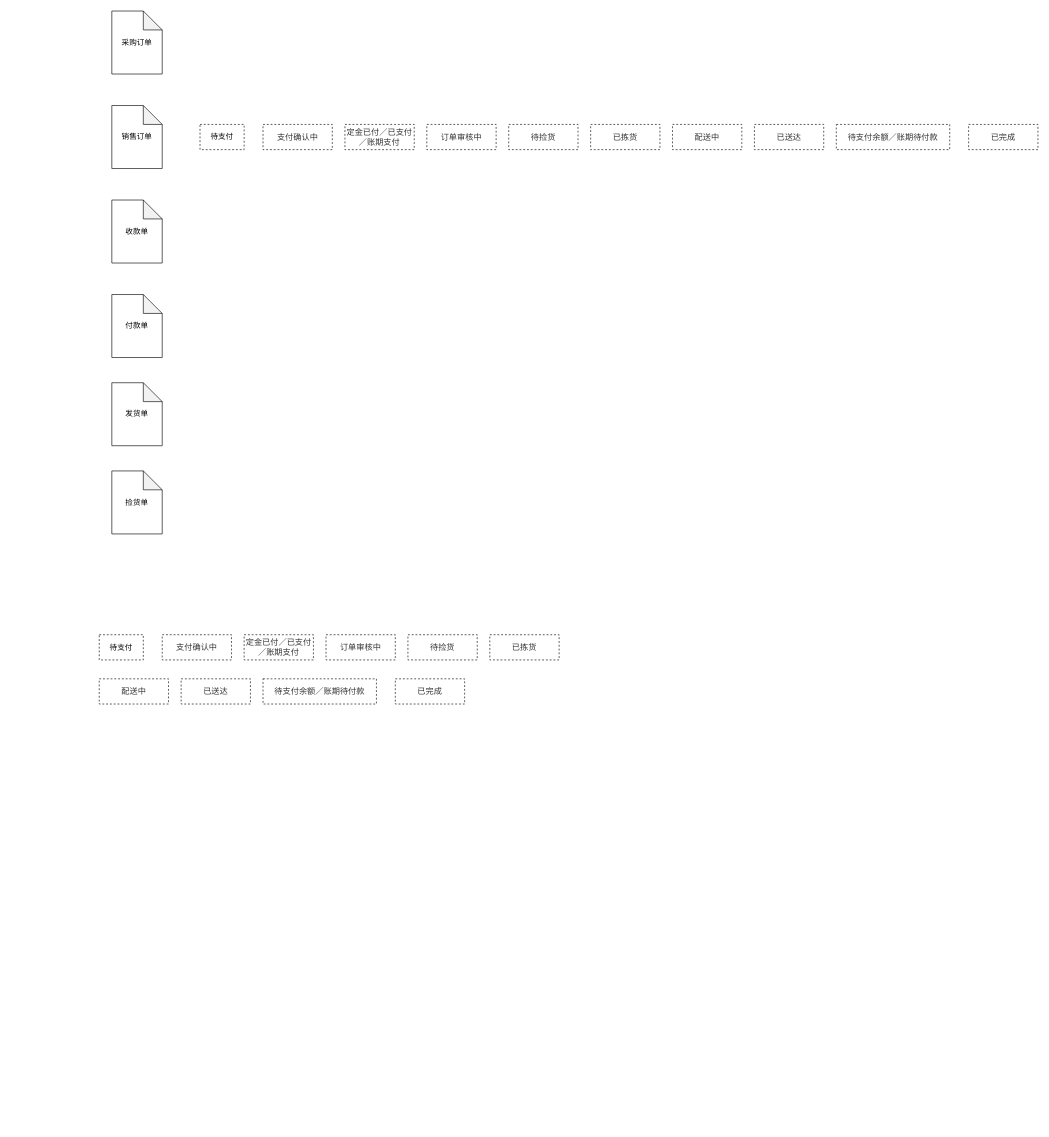
This is page "第 3 页" (3 of 3) of 技术架构.drawio from jason-live/flow, a draw.io file, before an edit. Source tidied: cells renumbered, new cells numbered last; positions are measured from the earlier drawing's top-left corner, leaving out a move shared by most shapes. Both pictures are drawn from the tidied source at 63%, with x=0, y=0 at pixel (99, 11).
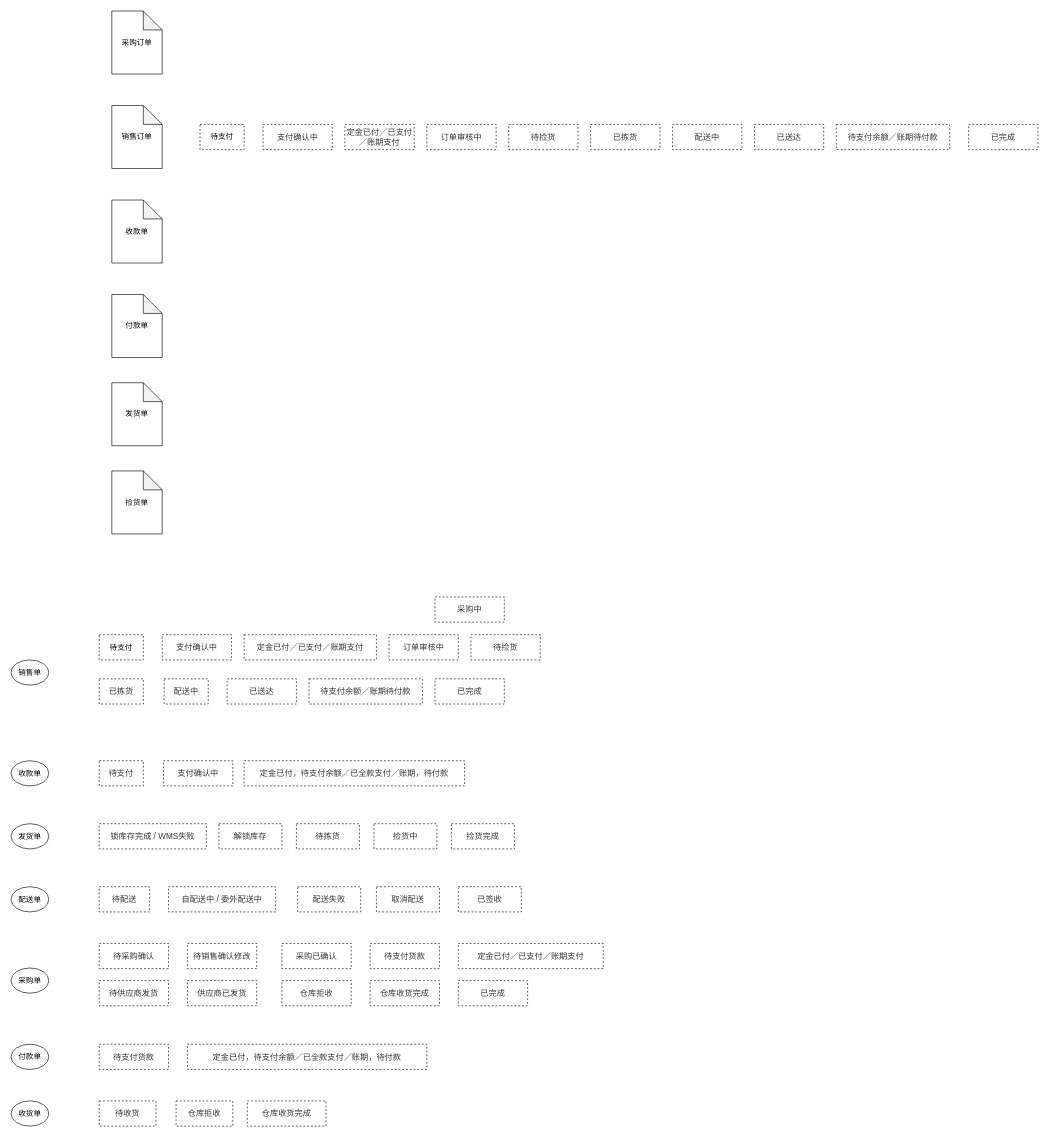
The same page after the edit.

Commit message:
更新技术架构.drawio

The edit, as a diff of the source:
```diff
@@
     <mxCell id="20" value="&lt;span style=&quot;color: rgb(51 , 51 , 51) ; font-family: , &amp;#34;pingfang sc&amp;#34; ; font-size: 13px&quot;&gt;定金已付／已支付／账期支付&lt;/span&gt;" style="rounded=0;whiteSpace=wrap;html=1;shadow=0;strokeWidth=1;fillColor=none;dashed=1;flipV=0;" parent="1" vertex="1">
-      <mxGeometry x="230" y="990" width="110" height="40" as="geometry" />
+      <mxGeometry x="230" y="990" width="210" height="40" as="geometry" />
     </mxCell>
     <mxCell id="21" value="&lt;span style=&quot;color: rgb(51 , 51 , 51) ; font-family: , &amp;#34;pingfang sc&amp;#34; ; font-size: 13px ; white-space: normal&quot;&gt;订单审核中&lt;/span&gt;" style="rounded=0;whiteSpace=wrap;html=1;shadow=0;strokeWidth=1;fillColor=none;dashed=1;flipV=0;" parent="1" vertex="1">
-      <mxGeometry x="360" y="990" width="110" height="40" as="geometry" />
+      <mxGeometry x="460" y="990" width="110" height="40" as="geometry" />
     </mxCell>
     <mxCell id="22" value="&lt;font color=&quot;#333333&quot;&gt;&lt;span style=&quot;font-size: 13px&quot;&gt;待捡货&lt;/span&gt;&lt;/font&gt;" style="rounded=0;whiteSpace=wrap;html=1;shadow=0;strokeWidth=1;fillColor=none;dashed=1;flipV=0;" parent="1" vertex="1">
-      <mxGeometry x="490" y="990" width="110" height="40" as="geometry" />
+      <mxGeometry x="590" y="990" width="110" height="40" as="geometry" />
     </mxCell>
     <mxCell id="23" value="&lt;span style=&quot;color: rgb(51 , 51 , 51) ; font-family: , &amp;#34;pingfang sc&amp;#34; ; font-size: 13px&quot;&gt;已拣货&lt;/span&gt;" style="rounded=0;whiteSpace=wrap;html=1;shadow=0;strokeWidth=1;fillColor=none;dashed=1;flipV=0;" parent="1" vertex="1">
-      <mxGeometry x="620" y="990" width="110" height="40" as="geometry" />
+      <mxGeometry y="1060" width="70" height="40" as="geometry" />
     </mxCell>
     <mxCell id="24" value="&lt;span style=&quot;color: rgb(51 , 51 , 51) ; font-family: , &amp;#34;pingfang sc&amp;#34; ; font-size: 13px&quot;&gt;配送中&lt;/span&gt;" style="rounded=0;whiteSpace=wrap;html=1;shadow=0;strokeWidth=1;fillColor=none;dashed=1;flipV=0;" parent="1" vertex="1">
-      <mxGeometry y="1060" width="110" height="40" as="geometry" />
+      <mxGeometry x="103" y="1060" width="70" height="40" as="geometry" />
     </mxCell>
     <mxCell id="25" value="&lt;span style=&quot;color: rgb(51 , 51 , 51) ; font-family: , &amp;#34;pingfang sc&amp;#34; ; font-size: 13px&quot;&gt;已送达&lt;/span&gt;" style="rounded=0;whiteSpace=wrap;html=1;shadow=0;strokeWidth=1;fillColor=none;dashed=1;flipV=0;" parent="1" vertex="1">
-      <mxGeometry x="130" y="1060" width="110" height="40" as="geometry" />
+      <mxGeometry x="203" y="1060" width="110" height="40" as="geometry" />
     </mxCell>
     <mxCell id="26" value="&lt;span style=&quot;color: rgb(51 , 51 , 51) ; font-family: , &amp;#34;pingfang sc&amp;#34; ; font-size: 13px&quot;&gt;待支付余额／账期待付款&lt;/span&gt;" style="rounded=0;whiteSpace=wrap;html=1;shadow=0;strokeWidth=1;fillColor=none;dashed=1;flipV=0;" parent="1" vertex="1">
-      <mxGeometry x="260" y="1060" width="180" height="40" as="geometry" />
+      <mxGeometry x="333" y="1060" width="180" height="40" as="geometry" />
     </mxCell>
     <mxCell id="27" value="&lt;span style=&quot;color: rgb(51 , 51 , 51) ; font-family: , &amp;#34;pingfang sc&amp;#34; ; font-size: 13px&quot;&gt;已完成&lt;/span&gt;" style="rounded=0;whiteSpace=wrap;html=1;shadow=0;strokeWidth=1;fillColor=none;dashed=1;flipV=0;" parent="1" vertex="1">
-      <mxGeometry x="470" y="1060" width="110" height="40" as="geometry" />
+      <mxGeometry x="533" y="1060" width="110" height="40" as="geometry" />
     </mxCell>
+    <mxCell id="28" value="&lt;font color=&quot;#333333&quot;&gt;&lt;span style=&quot;font-size: 13px&quot;&gt;采购中&lt;/span&gt;&lt;/font&gt;" style="rounded=0;whiteSpace=wrap;html=1;shadow=0;strokeWidth=1;fillColor=none;dashed=1;flipV=0;" parent="1" vertex="1">
+      <mxGeometry x="533" y="930" width="110" height="40" as="geometry" />
+    </mxCell>
+    <mxCell id="29" value="&lt;span style=&quot;color: rgb(51 , 51 , 51) ; font-family: , &amp;#34;pingfang sc&amp;#34; ; font-size: 13px&quot;&gt;待支付&lt;/span&gt;" style="rounded=0;whiteSpace=wrap;html=1;shadow=0;strokeWidth=1;fillColor=none;dashed=1;flipV=0;" parent="1" vertex="1">
+      <mxGeometry y="1190" width="70" height="40" as="geometry" />
+    </mxCell>
+    <mxCell id="30" value="&lt;span style=&quot;color: rgb(51 , 51 , 51) ; font-family: , &amp;#34;pingfang sc&amp;#34; ; font-size: 13px&quot;&gt;支付确认中&lt;/span&gt;" style="rounded=0;whiteSpace=wrap;html=1;shadow=0;strokeWidth=1;fillColor=none;dashed=1;flipV=0;" parent="1" vertex="1">
+      <mxGeometry x="102" y="1190" width="110" height="40" as="geometry" />
+    </mxCell>
+    <mxCell id="31" value="&lt;span style=&quot;color: rgb(51 , 51 , 51) ; font-family: , &amp;#34;pingfang sc&amp;#34; ; font-size: 13px&quot;&gt;定金已付，待支付余额／已全款支付／账期，待付款&lt;/span&gt;" style="rounded=0;whiteSpace=wrap;html=1;shadow=0;strokeWidth=1;fillColor=none;dashed=1;flipV=0;" parent="1" vertex="1">
+      <mxGeometry x="230" y="1190" width="350" height="40" as="geometry" />
+    </mxCell>
+    <mxCell id="32" value="&lt;p style=&quot;margin: 0px ; color: rgb(51 , 51 , 51) ; font-family: , &amp;#34;pingfang sc&amp;#34; ; font-size: 13px&quot;&gt;锁库存完成 /&amp;nbsp;&lt;span&gt;WMS失败&lt;/span&gt;&lt;/p&gt;" style="rounded=0;whiteSpace=wrap;html=1;shadow=0;strokeWidth=1;fillColor=none;dashed=1;flipV=0;" parent="1" vertex="1">
+      <mxGeometry y="1290" width="170" height="40" as="geometry" />
+    </mxCell>
+    <mxCell id="33" value="&lt;p style=&quot;margin: 0px ; color: rgb(51 , 51 , 51) ; font-family: , &amp;#34;pingfang sc&amp;#34; ; font-size: 13px&quot;&gt;&lt;span style=&quot;font-family: , &amp;#34;pingfang sc&amp;#34;&quot;&gt;解锁库存&lt;/span&gt;&lt;br&gt;&lt;/p&gt;" style="rounded=0;whiteSpace=wrap;html=1;shadow=0;strokeWidth=1;fillColor=none;dashed=1;flipV=0;" parent="1" vertex="1">
+      <mxGeometry x="190" y="1290" width="100" height="40" as="geometry" />
+    </mxCell>
+    <mxCell id="34" value="&lt;p style=&quot;margin: 0px ; color: rgb(51 , 51 , 51) ; font-family: , &amp;#34;pingfang sc&amp;#34; ; font-size: 13px&quot;&gt;&lt;span style=&quot;font-family: , &amp;#34;pingfang sc&amp;#34;&quot;&gt;待拣货&lt;/span&gt;&lt;br&gt;&lt;/p&gt;" style="rounded=0;whiteSpace=wrap;html=1;shadow=0;strokeWidth=1;fillColor=none;dashed=1;flipV=0;" parent="1" vertex="1">
+      <mxGeometry x="313" y="1290" width="100" height="40" as="geometry" />
+    </mxCell>
+    <mxCell id="35" value="&lt;p style=&quot;margin: 0px ; color: rgb(51 , 51 , 51) ; font-family: , &amp;#34;pingfang sc&amp;#34; ; font-size: 13px&quot;&gt;捡货中&lt;/p&gt;" style="rounded=0;whiteSpace=wrap;html=1;shadow=0;strokeWidth=1;fillColor=none;dashed=1;flipV=0;" parent="1" vertex="1">
+      <mxGeometry x="436" y="1290" width="100" height="40" as="geometry" />
+    </mxCell>
+    <mxCell id="36" value="&lt;p style=&quot;margin: 0px ; color: rgb(51 , 51 , 51) ; font-family: , &amp;#34;pingfang sc&amp;#34; ; font-size: 13px&quot;&gt;捡货完成&lt;/p&gt;" style="rounded=0;whiteSpace=wrap;html=1;shadow=0;strokeWidth=1;fillColor=none;dashed=1;flipV=0;" parent="1" vertex="1">
+      <mxGeometry x="559" y="1290" width="100" height="40" as="geometry" />
+    </mxCell>
+    <mxCell id="37" value="&lt;p style=&quot;margin: 0px ; color: rgb(51 , 51 , 51) ; font-family: , &amp;#34;pingfang sc&amp;#34; ; font-size: 13px&quot;&gt;&lt;span style=&quot;font-family: , &amp;#34;pingfang sc&amp;#34;&quot;&gt;待配送&lt;/span&gt;&lt;br&gt;&lt;/p&gt;" style="rounded=0;whiteSpace=wrap;html=1;shadow=0;strokeWidth=1;fillColor=none;dashed=1;flipV=0;" parent="1" vertex="1">
+      <mxGeometry y="1390" width="80" height="40" as="geometry" />
+    </mxCell>
+    <mxCell id="38" value="&lt;p style=&quot;margin: 0px ; color: rgb(51 , 51 , 51) ; font-family: , &amp;#34;pingfang sc&amp;#34; ; font-size: 13px&quot;&gt;&lt;span style=&quot;font-family: , &amp;#34;pingfang sc&amp;#34;&quot;&gt;自配送中 / 委外配送中&lt;/span&gt;&lt;br&gt;&lt;/p&gt;" style="rounded=0;whiteSpace=wrap;html=1;shadow=0;strokeWidth=1;fillColor=none;dashed=1;flipV=0;" parent="1" vertex="1">
+      <mxGeometry x="110" y="1390" width="170" height="40" as="geometry" />
+    </mxCell>
+    <mxCell id="39" value="&lt;p style=&quot;margin: 0px ; color: rgb(51 , 51 , 51) ; font-family: , &amp;#34;pingfang sc&amp;#34; ; font-size: 13px&quot;&gt;&lt;span style=&quot;font-family: , &amp;#34;pingfang sc&amp;#34;&quot;&gt;配送失败&lt;/span&gt;&lt;br&gt;&lt;/p&gt;" style="rounded=0;whiteSpace=wrap;html=1;shadow=0;strokeWidth=1;fillColor=none;dashed=1;flipV=0;" parent="1" vertex="1">
+      <mxGeometry x="315" y="1390" width="100" height="40" as="geometry" />
+    </mxCell>
+    <mxCell id="40" value="&lt;p style=&quot;margin: 0px ; color: rgb(51 , 51 , 51) ; font-family: , &amp;#34;pingfang sc&amp;#34; ; font-size: 13px&quot;&gt;取消配送&lt;/p&gt;" style="rounded=0;whiteSpace=wrap;html=1;shadow=0;strokeWidth=1;fillColor=none;dashed=1;flipV=0;" parent="1" vertex="1">
+      <mxGeometry x="440" y="1390" width="100" height="40" as="geometry" />
+    </mxCell>
+    <mxCell id="41" value="&lt;p style=&quot;margin: 0px ; color: rgb(51 , 51 , 51) ; font-family: , &amp;#34;pingfang sc&amp;#34; ; font-size: 13px&quot;&gt;已签收&lt;/p&gt;" style="rounded=0;whiteSpace=wrap;html=1;shadow=0;strokeWidth=1;fillColor=none;dashed=1;flipV=0;" parent="1" vertex="1">
+      <mxGeometry x="570" y="1390" width="100" height="40" as="geometry" />
+    </mxCell>
+    <mxCell id="42" value="&lt;p style=&quot;margin: 0px ; color: rgb(51 , 51 , 51) ; font-family: , &amp;#34;pingfang sc&amp;#34; ; font-size: 13px&quot;&gt;&lt;span style=&quot;font-family: , &amp;#34;pingfang sc&amp;#34;&quot;&gt;待采购确认&lt;/span&gt;&lt;br&gt;&lt;/p&gt;" style="rounded=0;whiteSpace=wrap;html=1;shadow=0;strokeWidth=1;fillColor=none;dashed=1;flipV=0;" parent="1" vertex="1">
+      <mxGeometry y="1480" width="110" height="40" as="geometry" />
+    </mxCell>
+    <mxCell id="43" value="&lt;p style=&quot;margin: 0px ; color: rgb(51 , 51 , 51) ; font-family: , &amp;#34;pingfang sc&amp;#34; ; font-size: 13px&quot;&gt;&lt;span style=&quot;font-family: , &amp;#34;pingfang sc&amp;#34;&quot;&gt;待销售确认修改&lt;/span&gt;&lt;br&gt;&lt;/p&gt;" style="rounded=0;whiteSpace=wrap;html=1;shadow=0;strokeWidth=1;fillColor=none;dashed=1;flipV=0;" parent="1" vertex="1">
+      <mxGeometry x="140" y="1480" width="110" height="40" as="geometry" />
+    </mxCell>
+    <mxCell id="44" value="&lt;p style=&quot;margin: 0px ; color: rgb(51 , 51 , 51) ; font-family: , &amp;#34;pingfang sc&amp;#34; ; font-size: 13px&quot;&gt;&lt;span style=&quot;font-family: , &amp;#34;pingfang sc&amp;#34;&quot;&gt;采购已确认&lt;/span&gt;&lt;br&gt;&lt;/p&gt;" style="rounded=0;whiteSpace=wrap;html=1;shadow=0;strokeWidth=1;fillColor=none;dashed=1;flipV=0;" parent="1" vertex="1">
+      <mxGeometry x="290" y="1480" width="110" height="40" as="geometry" />
+    </mxCell>
+    <mxCell id="45" value="&lt;p style=&quot;margin: 0px ; color: rgb(51 , 51 , 51) ; font-family: , &amp;#34;pingfang sc&amp;#34; ; font-size: 13px&quot;&gt;&lt;span style=&quot;font-family: , &amp;#34;pingfang sc&amp;#34;&quot;&gt;待支付货款&lt;/span&gt;&lt;br&gt;&lt;/p&gt;" style="rounded=0;whiteSpace=wrap;html=1;shadow=0;strokeWidth=1;fillColor=none;dashed=1;flipV=0;" parent="1" vertex="1">
+      <mxGeometry x="430" y="1480" width="110" height="40" as="geometry" />
+    </mxCell>
+    <mxCell id="46" value="&lt;p style=&quot;margin: 0px ; color: rgb(51 , 51 , 51) ; font-family: , &amp;#34;pingfang sc&amp;#34; ; font-size: 13px&quot;&gt;&lt;span style=&quot;font-family: , &amp;#34;pingfang sc&amp;#34;&quot;&gt;定金已付／已支付／账期支付&lt;/span&gt;&lt;br&gt;&lt;/p&gt;" style="rounded=0;whiteSpace=wrap;html=1;shadow=0;strokeWidth=1;fillColor=none;dashed=1;flipV=0;" parent="1" vertex="1">
+      <mxGeometry x="570" y="1480" width="230" height="40" as="geometry" />
+    </mxCell>
+    <mxCell id="47" value="&lt;p style=&quot;margin: 0px ; color: rgb(51 , 51 , 51) ; font-family: , &amp;#34;pingfang sc&amp;#34; ; font-size: 13px&quot;&gt;&lt;span style=&quot;font-family: , &amp;#34;pingfang sc&amp;#34;&quot;&gt;待供应商发货&lt;/span&gt;&lt;br&gt;&lt;/p&gt;" style="rounded=0;whiteSpace=wrap;html=1;shadow=0;strokeWidth=1;fillColor=none;dashed=1;flipV=0;" parent="1" vertex="1">
+      <mxGeometry y="1539" width="110" height="40" as="geometry" />
+    </mxCell>
+    <mxCell id="48" value="&lt;p style=&quot;margin: 0px ; color: rgb(51 , 51 , 51) ; font-family: , &amp;#34;pingfang sc&amp;#34; ; font-size: 13px&quot;&gt;&lt;span style=&quot;font-family: , &amp;#34;pingfang sc&amp;#34;&quot;&gt;供应商已发货&lt;/span&gt;&lt;br&gt;&lt;/p&gt;" style="rounded=0;whiteSpace=wrap;html=1;shadow=0;strokeWidth=1;fillColor=none;dashed=1;flipV=0;" parent="1" vertex="1">
+      <mxGeometry x="140" y="1539" width="110" height="40" as="geometry" />
+    </mxCell>
+    <mxCell id="49" value="&lt;p style=&quot;margin: 0px ; color: rgb(51 , 51 , 51) ; font-family: , &amp;#34;pingfang sc&amp;#34; ; font-size: 13px&quot;&gt;&lt;span style=&quot;font-family: , &amp;#34;pingfang sc&amp;#34;&quot;&gt;仓库拒收&lt;/span&gt;&lt;br&gt;&lt;/p&gt;" style="rounded=0;whiteSpace=wrap;html=1;shadow=0;strokeWidth=1;fillColor=none;dashed=1;flipV=0;" parent="1" vertex="1">
+      <mxGeometry x="290" y="1539" width="110" height="40" as="geometry" />
+    </mxCell>
+    <mxCell id="50" value="&lt;p style=&quot;margin: 0px ; color: rgb(51 , 51 , 51) ; font-family: , &amp;#34;pingfang sc&amp;#34; ; font-size: 13px&quot;&gt;&lt;span style=&quot;font-family: , &amp;#34;pingfang sc&amp;#34;&quot;&gt;仓库收货完成&lt;/span&gt;&lt;br&gt;&lt;/p&gt;" style="rounded=0;whiteSpace=wrap;html=1;shadow=0;strokeWidth=1;fillColor=none;dashed=1;flipV=0;" parent="1" vertex="1">
+      <mxGeometry x="430" y="1539" width="110" height="40" as="geometry" />
+    </mxCell>
+    <mxCell id="51" value="&lt;p style=&quot;margin: 0px ; color: rgb(51 , 51 , 51) ; font-family: , &amp;#34;pingfang sc&amp;#34; ; font-size: 13px&quot;&gt;&lt;span style=&quot;font-family: , &amp;#34;pingfang sc&amp;#34;&quot;&gt;已完成&lt;/span&gt;&lt;br&gt;&lt;/p&gt;" style="rounded=0;whiteSpace=wrap;html=1;shadow=0;strokeWidth=1;fillColor=none;dashed=1;flipV=0;" parent="1" vertex="1">
+      <mxGeometry x="570" y="1539" width="110" height="40" as="geometry" />
+    </mxCell>
+    <mxCell id="52" value="&lt;p style=&quot;margin: 0px ; color: rgb(51 , 51 , 51) ; font-family: , &amp;#34;pingfang sc&amp;#34; ; font-size: 13px&quot;&gt;&lt;span style=&quot;font-family: , &amp;#34;pingfang sc&amp;#34;&quot;&gt;待支付货款&lt;/span&gt;&lt;br&gt;&lt;/p&gt;" style="rounded=0;whiteSpace=wrap;html=1;shadow=0;strokeWidth=1;fillColor=none;dashed=1;flipV=0;" parent="1" vertex="1">
+      <mxGeometry y="1640" width="110" height="40" as="geometry" />
+    </mxCell>
+    <mxCell id="53" value="&lt;p style=&quot;margin: 0px ; color: rgb(51 , 51 , 51) ; font-family: , &amp;#34;pingfang sc&amp;#34; ; font-size: 13px&quot;&gt;&lt;span style=&quot;font-family: , &amp;#34;pingfang sc&amp;#34;&quot;&gt;定金已付，待支付余额／已全款支付／账期，待付款&lt;/span&gt;&lt;br&gt;&lt;/p&gt;" style="rounded=0;whiteSpace=wrap;html=1;shadow=0;strokeWidth=1;fillColor=none;dashed=1;flipV=0;" parent="1" vertex="1">
+      <mxGeometry x="140" y="1640" width="380" height="40" as="geometry" />
+    </mxCell>
+    <mxCell id="54" value="&lt;p style=&quot;margin: 0px ; color: rgb(51 , 51 , 51) ; font-family: , &amp;#34;pingfang sc&amp;#34; ; font-size: 13px&quot;&gt;&lt;span style=&quot;font-family: , &amp;#34;pingfang sc&amp;#34;&quot;&gt;待收货&lt;/span&gt;&lt;br&gt;&lt;/p&gt;" style="rounded=0;whiteSpace=wrap;html=1;shadow=0;strokeWidth=1;fillColor=none;dashed=1;flipV=0;" parent="1" vertex="1">
+      <mxGeometry y="1730" width="90" height="40" as="geometry" />
+    </mxCell>
+    <mxCell id="55" value="&lt;p style=&quot;margin: 0px ; color: rgb(51 , 51 , 51) ; font-family: , &amp;#34;pingfang sc&amp;#34; ; font-size: 13px&quot;&gt;&lt;span style=&quot;font-family: , &amp;#34;pingfang sc&amp;#34;&quot;&gt;仓库拒收&lt;/span&gt;&lt;br&gt;&lt;/p&gt;" style="rounded=0;whiteSpace=wrap;html=1;shadow=0;strokeWidth=1;fillColor=none;dashed=1;flipV=0;" parent="1" vertex="1">
+      <mxGeometry x="122" y="1730" width="90" height="40" as="geometry" />
+    </mxCell>
+    <mxCell id="56" value="&lt;p style=&quot;margin: 0px ; color: rgb(51 , 51 , 51) ; font-family: , &amp;#34;pingfang sc&amp;#34; ; font-size: 13px&quot;&gt;&lt;span style=&quot;font-family: , &amp;#34;pingfang sc&amp;#34;&quot;&gt;仓库收货完成&lt;/span&gt;&lt;br&gt;&lt;/p&gt;" style="rounded=0;whiteSpace=wrap;html=1;shadow=0;strokeWidth=1;fillColor=none;dashed=1;flipV=0;" parent="1" vertex="1">
+      <mxGeometry x="235" y="1730" width="125" height="40" as="geometry" />
+    </mxCell>
+    <mxCell id="57" value="销售单" style="ellipse;whiteSpace=wrap;html=1;rounded=1;shadow=0;strokeWidth=1;fillColor=none;" parent="1" vertex="1">
+      <mxGeometry x="-140" y="1030" width="60" height="40" as="geometry" />
+    </mxCell>
+    <mxCell id="58" value="收款单" style="ellipse;whiteSpace=wrap;html=1;rounded=1;shadow=0;strokeWidth=1;fillColor=none;" parent="1" vertex="1">
+      <mxGeometry x="-140" y="1190" width="60" height="40" as="geometry" />
+    </mxCell>
+    <mxCell id="59" value="发货单" style="ellipse;whiteSpace=wrap;html=1;rounded=1;shadow=0;strokeWidth=1;fillColor=none;" parent="1" vertex="1">
+      <mxGeometry x="-140" y="1290" width="60" height="40" as="geometry" />
+    </mxCell>
+    <mxCell id="60" value="配送单" style="ellipse;whiteSpace=wrap;html=1;rounded=1;shadow=0;strokeWidth=1;fillColor=none;" parent="1" vertex="1">
+      <mxGeometry x="-140" y="1390" width="60" height="40" as="geometry" />
+    </mxCell>
+    <mxCell id="61" value="采购单" style="ellipse;whiteSpace=wrap;html=1;rounded=1;shadow=0;strokeWidth=1;fillColor=none;" parent="1" vertex="1">
+      <mxGeometry x="-140" y="1519" width="60" height="40" as="geometry" />
+    </mxCell>
+    <mxCell id="62" value="付款单" style="ellipse;whiteSpace=wrap;html=1;rounded=1;shadow=0;strokeWidth=1;fillColor=none;" parent="1" vertex="1">
+      <mxGeometry x="-140" y="1640" width="60" height="40" as="geometry" />
+    </mxCell>
+    <mxCell id="63" value="收货单" style="ellipse;whiteSpace=wrap;html=1;rounded=1;shadow=0;strokeWidth=1;fillColor=none;" parent="1" vertex="1">
+      <mxGeometry x="-140" y="1730" width="60" height="40" as="geometry" />
+    </mxCell>
```
